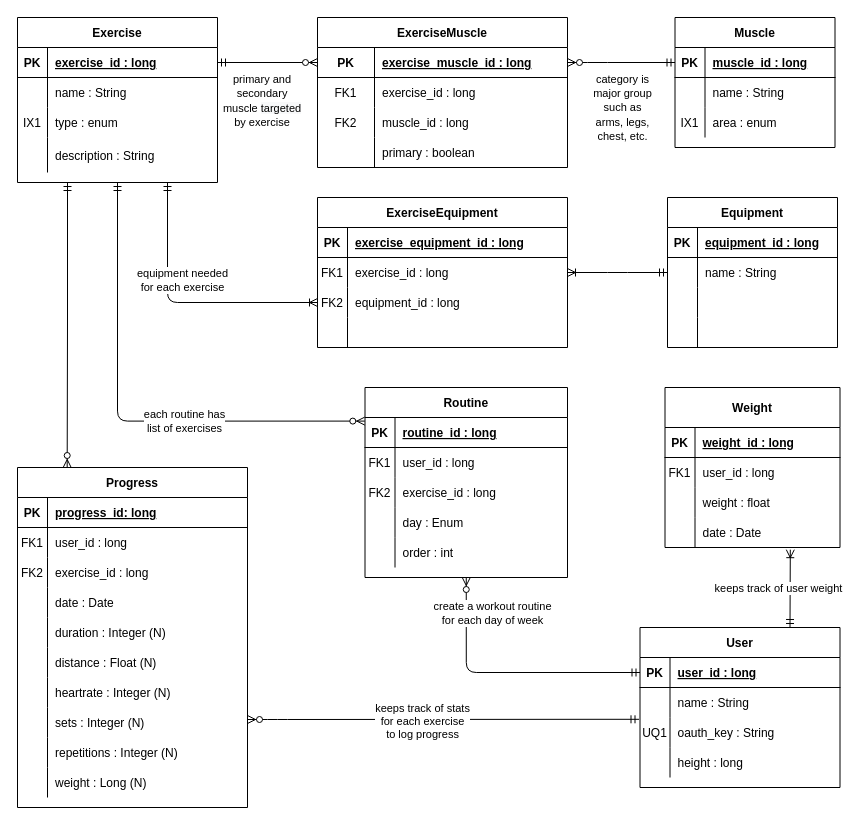
John-Jaramillo/my-workout keeps this draw.io diagram as docs/work/erd.drawio. Above is the earlier version. Source tidied: cells renumbered, new cells numbered last; positions are measured from the earlier drawing's top-left corner, leaving out a move shared by most shapes. Both pictures are drawn from the tidied source at 100%, with x=0, y=0 at pixel (17, 17).
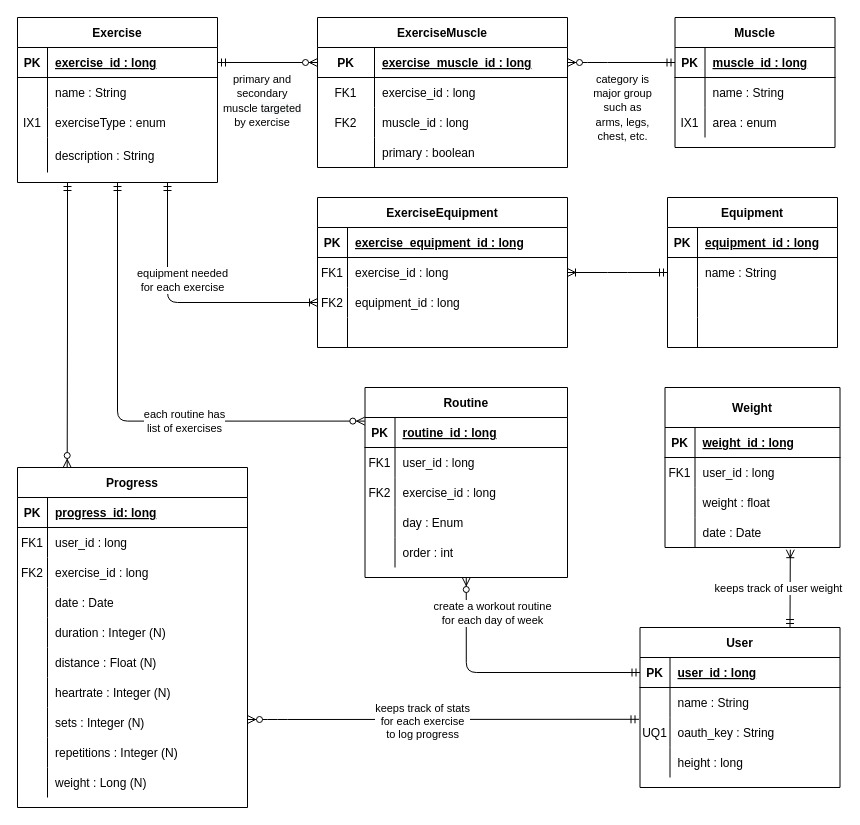
The same diagram, later.

Unchanged cells that the change refers to:
```xml
<mxCell id="37" style="shape=partialRectangle;fillColor=none;top=0;left=0;bottom=0;right=0;" parent="30" vertex="1">
  <mxGeometry y="90" width="200" height="30" as="geometry" />
</mxCell>
```

What changed in the source:
```diff
@@
-    <mxCell id="39" value="type : enum" style="shape=partialRectangle;fillColor=none;top=0;left=0;bottom=0;right=0;align=left;spacingLeft=6;overflow=hidden;" parent="37" vertex="1">
+    <mxCell id="39" value="exerciseType : enum" style="shape=partialRectangle;fillColor=none;top=0;left=0;bottom=0;right=0;align=left;spacingLeft=6;overflow=hidden;" parent="37" vertex="1">
       <mxGeometry x="30" width="170" height="30" as="geometry" />
     </mxCell>
```
